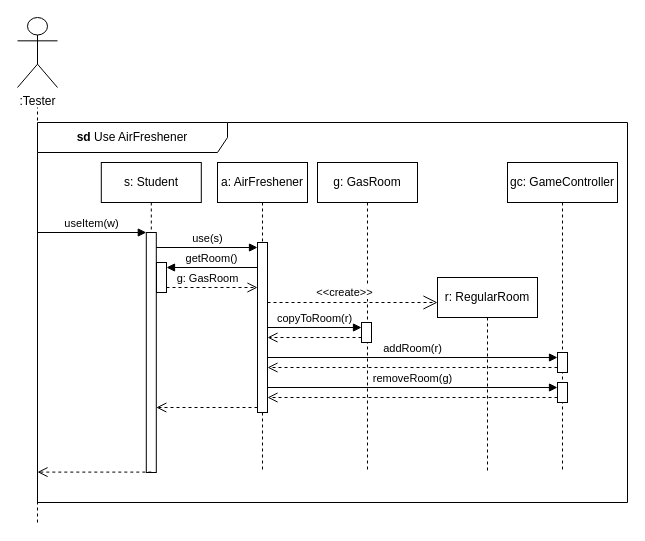
Before: page "Use AirFreshener" (11 of 41) of Beadások/6. Beadás/Változás-Szekvencia.drawio in XanleR/U.B.R.---Projlab-2024, a draw.io diagram. Source tidied: cells renumbered, new cells numbered last; positions are measured from the earlier drawing's top-left corner, leaving out a move shared by most shapes. Both pictures are drawn from the tidied source at 100%, with x=0, y=0 at pixel (17, 17).
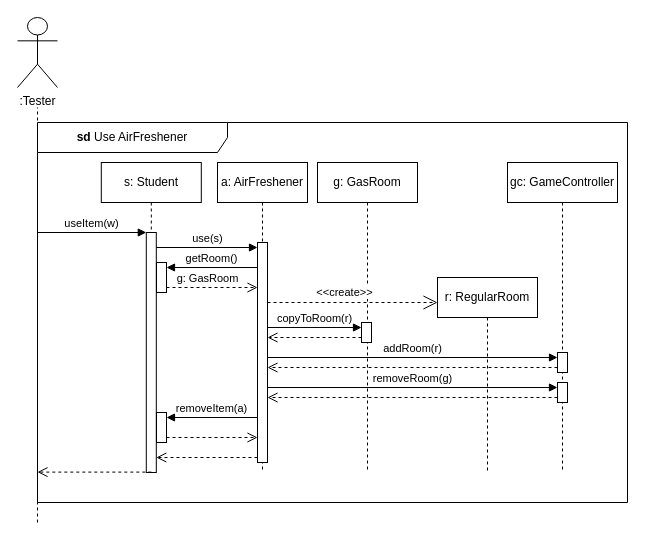
Above is the later version.

Unchanged cells that the change refers to:
```xml
<mxCell id="4" value="a: AirFreshener" style="shape=umlLifeline;perimeter=lifelinePerimeter;whiteSpace=wrap;html=1;newEdgeStyle={&quot;curved&quot;:0,&quot;rounded&quot;:0};" parent="1" vertex="1">
  <mxGeometry x="200" y="145" width="90" height="310" as="geometry" />
</mxCell>
```

Diff of the diagram source:
```diff
@@
     <mxCell id="5" style="html=1;points=[[0,0,0,0,5],[0,1,0,0,-5],[1,0,0,0,5],[1,1,0,0,-5]];perimeter=orthogonalPerimeter;outlineConnect=0;targetShapes=umlLifeline;portConstraint=eastwest;newEdgeStyle={&quot;curved&quot;:0,&quot;rounded&quot;:0};" parent="4" vertex="1">
-      <mxGeometry x="40" y="80" width="10" height="170" as="geometry" />
+      <mxGeometry x="40" y="80" width="10" height="220" as="geometry" />
     </mxCell>
@@
+    <mxCell id="29" style="html=1;points=[[0,0,0,0,5],[0,1,0,0,-5],[1,0,0,0,5],[1,1,0,0,-5]];perimeter=orthogonalPerimeter;outlineConnect=0;targetShapes=umlLifeline;portConstraint=eastwest;newEdgeStyle={&quot;curved&quot;:0,&quot;rounded&quot;:0};" parent="1" vertex="1">
+      <mxGeometry x="139" y="395" width="10" height="30" as="geometry" />
+    </mxCell>
+    <mxCell id="30" value="removeItem(a)" style="html=1;verticalAlign=bottom;endArrow=block;curved=0;rounded=0;entryX=1;entryY=0;entryDx=0;entryDy=5;" parent="1" edge="1" source="5" target="29">
+      <mxGeometry relative="1" as="geometry" />
+    </mxCell>
+    <mxCell id="31" style="html=1;verticalAlign=bottom;endArrow=open;dashed=1;endSize=8;curved=0;rounded=0;exitX=1;exitY=1;exitDx=0;exitDy=-5;" parent="1" edge="1" source="29" target="5">
+      <mxGeometry relative="1" as="geometry" />
+    </mxCell>
```
